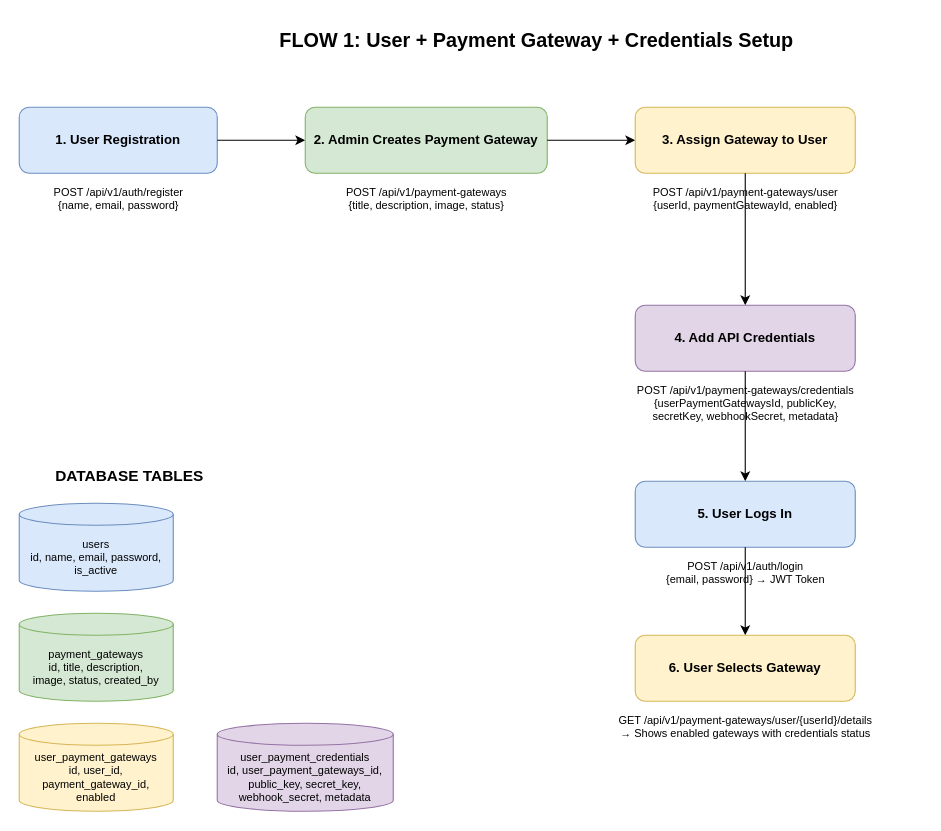
This is page "Gateway Setup Flow" (1 of 6) of docs/payment-flows.drawio from xam-gnilmahc/payment-microservice, a draw.io file, before an edit. Source tidied: cells renumbered, new cells numbered last; positions are measured from the earlier drawing's top-left corner, leaving out a move shared by most shapes. Both pictures are drawn from the tidied source at 110%, with x=0, y=0 at pixel (19, 19).
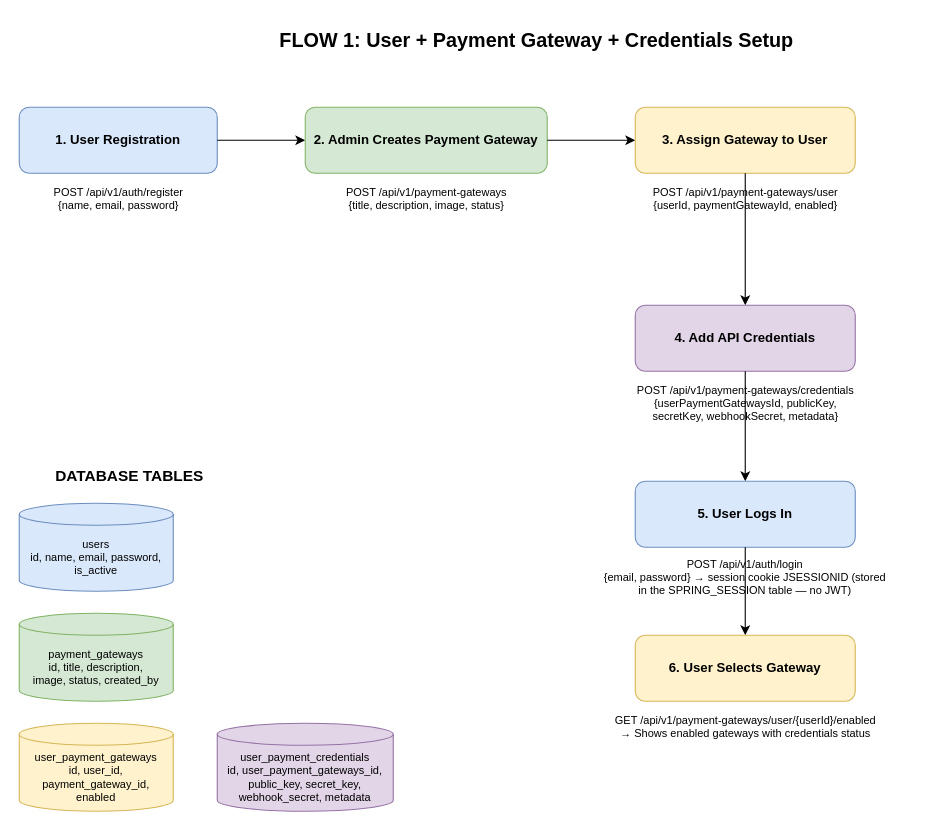
The same page after the edit.

Diff of the diagram source:
```diff
@@
-    <mxCell id="16" value="POST /api/v1/auth/login&#10;{email, password} → JWT Token" style="text;html=1;fontSize=10;align=center;" parent="1" vertex="1">
-      <mxGeometry x="560" y="485" width="200" height="40" as="geometry" />
+    <mxCell id="16" value="POST /api/v1/auth/login&#10;{email, password} → session cookie JSESSIONID (stored in the SPRING_SESSION table — no JWT)" style="text;html=1;fontSize=10;align=center;whiteSpace=wrap;" parent="1" vertex="1">
+      <mxGeometry x="530" y="483" width="260" height="56" as="geometry" />
     </mxCell>
@@
-    <mxCell id="19" value="GET /api/v1/payment-gateways/user/{userId}/details&#10;→ Shows enabled gateways with credentials status" style="text;html=1;fontSize=10;align=center;" parent="1" vertex="1">
+    <mxCell id="19" value="GET /api/v1/payment-gateways/user/{userId}/enabled&#10;→ Shows enabled gateways with credentials status" style="text;html=1;fontSize=10;align=center;" parent="1" vertex="1">
       <mxGeometry x="510" y="625" width="300" height="40" as="geometry" />
     </mxCell>
```
